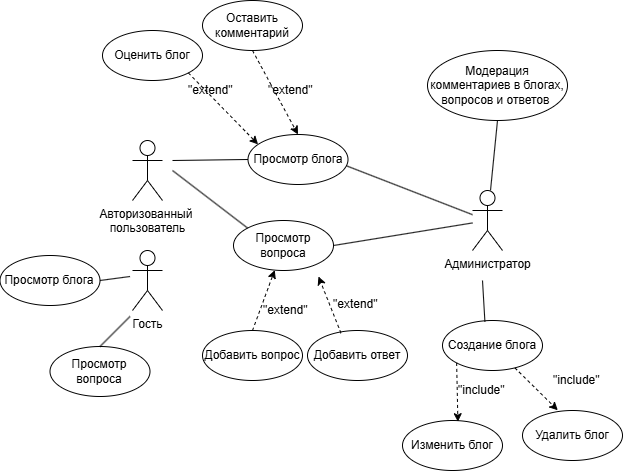
Bra45f/blog-ob-elcrecity keeps this draw.io diagram as Doc3/Диаграмма прецедентов.drawio.png. Above is the earlier version. Source tidied: cells renumbered, new cells last; positions are measured from the earlier drawing's top-left corner, leaving out a move shared by most shapes.
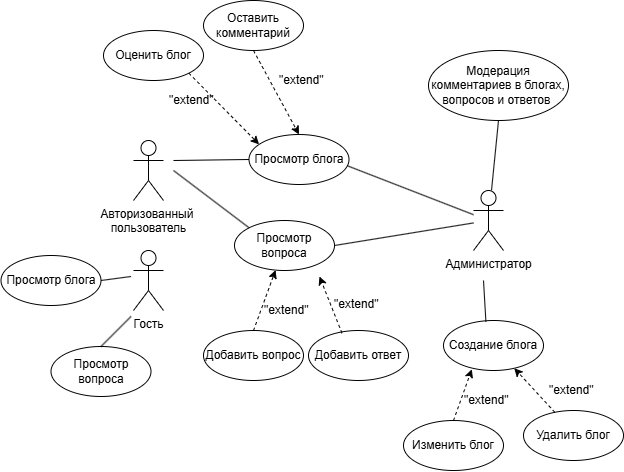
The same diagram one commit later.

Diff of the diagram source:
```diff
@@ -40,10 +40,10 @@
       <mxGeometry relative="1" as="geometry" />
     </mxCell>
     <mxCell id="13" value="&quot;extend&quot;" style="text;strokeColor=none;fillColor=none;align=left;verticalAlign=middle;spacingLeft=4;spacingRight=4;overflow=hidden;whiteSpace=wrap;html=1;" parent="1" vertex="1">
-      <mxGeometry x="262" y="80" width="70" height="20" as="geometry" />
+      <mxGeometry x="272" y="70" width="70" height="20" as="geometry" />
     </mxCell>
     <mxCell id="14" value="&quot;extend&quot;" style="text;strokeColor=none;fillColor=none;align=left;verticalAlign=middle;spacingLeft=4;spacingRight=4;overflow=hidden;whiteSpace=wrap;html=1;" parent="1" vertex="1">
-      <mxGeometry x="182" y="80" width="70" height="20" as="geometry" />
+      <mxGeometry x="162" y="90" width="70" height="20" as="geometry" />
     </mxCell>
     <mxCell id="15" value="Добавить вопрос" style="ellipse;whiteSpace=wrap;html=1;" parent="1" vertex="1">
       <mxGeometry x="202" y="330" width="100" height="50" as="geometry" />
@@ -91,18 +91,12 @@
     <mxCell id="28" value="Удалить блог" style="ellipse;whiteSpace=wrap;html=1;" parent="1" vertex="1">
       <mxGeometry x="522" y="410" width="100" height="50" as="geometry" />
     </mxCell>
-    <mxCell id="29" style="endArrow=classic;dashed=1;html=1;rounded=0;exitX=0;exitY=1;exitDx=0;exitDy=0;endFill=1;startFill=0;entryX=0.554;entryY=0.024;entryDx=0;entryDy=0;entryPerimeter=0;" parent="1" edge="1" source="25" target="27">
+    <mxCell id="29" style="endArrow=classic;dashed=1;html=1;rounded=0;exitX=0.5;exitY=0;exitDx=0;exitDy=0;endFill=1;startFill=0;entryX=0.283;entryY=0.976;entryDx=0;entryDy=0;entryPerimeter=0;" parent="1" edge="1" source="27" target="25">
       <mxGeometry relative="1" as="geometry" />
     </mxCell>
-    <mxCell id="30" style="endArrow=classic;dashed=1;html=1;rounded=0;endFill=1;startFill=0;entryX=0.353;entryY=-0.005;entryDx=0;entryDy=0;entryPerimeter=0;" parent="1" edge="1" source="25" target="28">
+    <mxCell id="30" style="endArrow=classic;dashed=1;html=1;rounded=0;endFill=1;startFill=0;exitX=0.313;exitY=0.035;exitDx=0;exitDy=0;exitPerimeter=0;" parent="1" edge="1" source="28" target="25">
       <mxGeometry relative="1" as="geometry" />
     </mxCell>
-    <mxCell id="31" value="&quot;include&quot;" style="text;strokeColor=none;fillColor=none;align=left;verticalAlign=middle;spacingLeft=4;spacingRight=4;overflow=hidden;whiteSpace=wrap;html=1;" parent="1" vertex="1">
-      <mxGeometry x="452" y="380" width="70" height="20" as="geometry" />
-    </mxCell>
-    <mxCell id="32" value="&quot;include&quot;" style="text;strokeColor=none;fillColor=none;align=left;verticalAlign=middle;spacingLeft=4;spacingRight=4;overflow=hidden;whiteSpace=wrap;html=1;" parent="1" vertex="1">
-      <mxGeometry x="547" y="370" width="70" height="20" as="geometry" />
-    </mxCell>
     <mxCell id="33" value="Просмотр блога" style="ellipse;whiteSpace=wrap;html=1;" parent="1" vertex="1">
       <mxGeometry x="-0.5" y="255" width="100" height="50" as="geometry" />
     </mxCell>
@@ -119,5 +113,11 @@
         <mxPoint x="129.5" y="316" as="targetPoint" />
       </mxGeometry>
     </mxCell>
+    <mxCell id="37" value="&quot;extend&quot;" style="text;strokeColor=none;fillColor=none;align=left;verticalAlign=middle;spacingLeft=4;spacingRight=4;overflow=hidden;whiteSpace=wrap;html=1;" parent="1" vertex="1">
+      <mxGeometry x="457" y="390" width="60" height="20" as="geometry" />
+    </mxCell>
+    <mxCell id="38" value="&quot;extend&quot;" style="text;strokeColor=none;fillColor=none;align=left;verticalAlign=middle;spacingLeft=4;spacingRight=4;overflow=hidden;whiteSpace=wrap;html=1;" parent="1" vertex="1">
+      <mxGeometry x="542" y="380" width="60" height="20" as="geometry" />
+    </mxCell>
   </root>
 </mxGraphModel>
```
